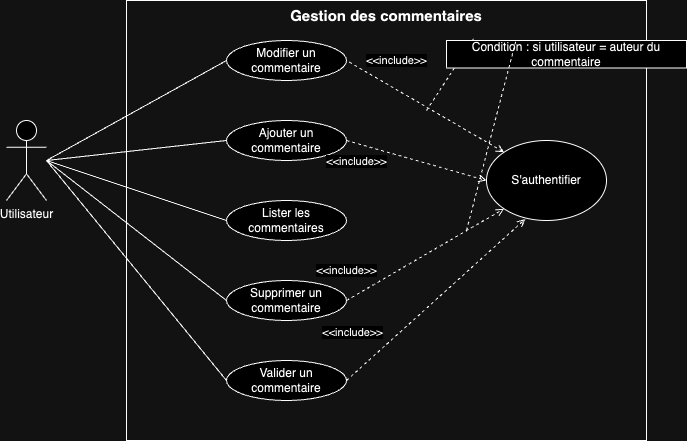
cactuseure/Openclassrooms_projet5 keeps this draw.io diagram as diagrammes/cas_d_utilisation_commentaires.png. Above is the earlier version. Source tidied: cells renumbered, new cells last; positions are measured from the earlier drawing's top-left corner, leaving out a move shared by most shapes.
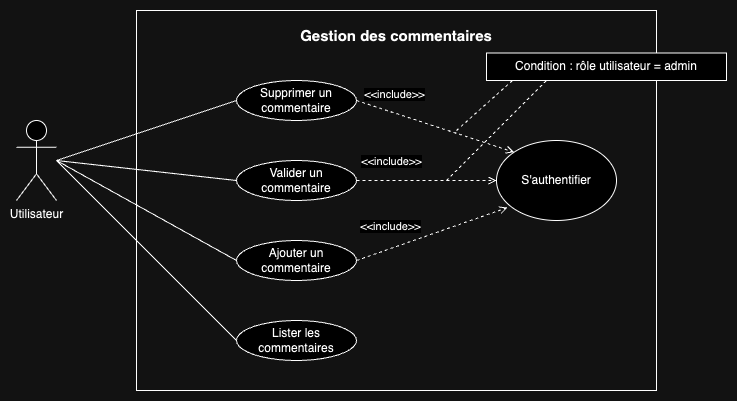
The same diagram one commit later.

The edit, as a diff of the source:
```diff
@@ -3,34 +3,26 @@
     <mxCell id="0" />
     <mxCell id="1" parent="0" />
     <mxCell id="2" style="rounded=0;whiteSpace=wrap;html=1;fillColor=none;" parent="1" vertex="1">
-      <mxGeometry x="120" width="520" height="440" as="geometry" />
+      <mxGeometry x="120" y="10" width="520" height="380" as="geometry" />
     </mxCell>
     <mxCell id="3" value="Utilisateur" style="shape=umlActor;verticalLabelPosition=bottom;verticalAlign=top;html=1;" parent="1" vertex="1">
       <mxGeometry y="120" width="40" height="80" as="geometry" />
     </mxCell>
-    <mxCell id="4" value="Modifier un commentaire" style="ellipse;whiteSpace=wrap;html=1;" parent="1" vertex="1">
-      <mxGeometry x="220" y="40" width="120" height="40" as="geometry" />
-    </mxCell>
     <mxCell id="5" value="Ajouter un commentaire" style="ellipse;whiteSpace=wrap;html=1;" parent="1" vertex="1">
-      <mxGeometry x="220" y="120" width="120" height="40" as="geometry" />
+      <mxGeometry x="220" y="240" width="120" height="40" as="geometry" />
     </mxCell>
     <mxCell id="6" value="Lister les commentaires" style="ellipse;whiteSpace=wrap;html=1;" parent="1" vertex="1">
-      <mxGeometry x="220" y="200" width="120" height="40" as="geometry" />
+      <mxGeometry x="220" y="320" width="120" height="40" as="geometry" />
     </mxCell>
     <mxCell id="7" value="Supprimer un commentaire" style="ellipse;whiteSpace=wrap;html=1;" parent="1" vertex="1">
-      <mxGeometry x="220" y="280" width="120" height="40" as="geometry" />
+      <mxGeometry x="220" y="80" width="120" height="40" as="geometry" />
     </mxCell>
     <mxCell id="8" value="&lt;b&gt;&lt;font style=&quot;font-size: 15px;&quot;&gt;Gestion des commentaires&lt;/font&gt;&lt;/b&gt;" style="text;html=1;strokeColor=none;fillColor=none;align=center;verticalAlign=middle;whiteSpace=wrap;rounded=0;" parent="1" vertex="1">
-      <mxGeometry x="120" width="520" height="30" as="geometry" />
+      <mxGeometry x="120" y="20" width="520" height="30" as="geometry" />
     </mxCell>
     <mxCell id="9" value="S'authentifier" style="ellipse;whiteSpace=wrap;html=1;" parent="1" vertex="1">
       <mxGeometry x="480" y="140" width="120" height="80" as="geometry" />
     </mxCell>
-    <mxCell id="10" style="endArrow=none;html=1;rounded=0;entryX=0;entryY=0.5;entryDx=0;entryDy=0;" parent="1" edge="1" target="4">
-      <mxGeometry relative="1" as="geometry">
-        <mxPoint x="40" y="160" as="sourcePoint" />
-      </mxGeometry>
-    </mxCell>
     <mxCell id="11" style="endArrow=none;html=1;rounded=0;entryX=0;entryY=0.5;entryDx=0;entryDy=0;" parent="1" edge="1" target="5">
       <mxGeometry relative="1" as="geometry">
         <mxPoint x="40" y="160" as="sourcePoint" />
@@ -46,58 +38,50 @@
         <mxPoint x="40" y="160" as="sourcePoint" />
       </mxGeometry>
     </mxCell>
-    <mxCell id="14" style="endArrow=none;dashed=1;html=1;rounded=0;entryX=1;entryY=0.5;entryDx=0;entryDy=0;exitX=0;exitY=0;exitDx=0;exitDy=0;endFill=0;startArrow=open;startFill=0;" parent="1" edge="1" source="9" target="4">
-      <mxGeometry relative="1" as="geometry" />
-    </mxCell>
-    <mxCell id="15" value="&amp;lt;&amp;lt;include&amp;gt;&amp;gt;" style="edgeLabel;html=1;align=center;verticalAlign=middle;" parent="14" vertex="1">
-      <mxGeometry x="0.5" y="3" relative="1" as="geometry">
-        <mxPoint x="12" y="-26" as="offset" />
-      </mxGeometry>
-    </mxCell>
-    <mxCell id="16" style="endArrow=none;dashed=1;html=1;rounded=0;entryX=0.113;entryY=-0.07;entryDx=0;entryDy=0;entryPerimeter=0;" parent="1" edge="1" target="17">
-      <mxGeometry relative="1" as="geometry">
-        <mxPoint x="420" y="110" as="sourcePoint" />
-      </mxGeometry>
-    </mxCell>
-    <mxCell id="17" value="Condition : si utilisateur = auteur du commentaire" style="html=1;whiteSpace=wrap;" parent="1" vertex="1">
-      <mxGeometry x="440" y="40" width="240" height="27.5" as="geometry" />
+    <mxCell id="17" value="Condition : rôle utilisateur = admin" style="html=1;whiteSpace=wrap;" parent="1" vertex="1">
+      <mxGeometry x="470" y="52.5" width="240" height="27.5" as="geometry" />
     </mxCell>
-    <mxCell id="18" style="endArrow=open;html=1;rounded=0;exitX=1;exitY=0.5;exitDx=0;exitDy=0;dashed=1;endFill=0;entryX=0;entryY=0.5;entryDx=0;entryDy=0;" parent="1" edge="1" source="5" target="9">
+    <mxCell id="18" style="endArrow=open;html=1;rounded=0;exitX=1;exitY=0.5;exitDx=0;exitDy=0;dashed=1;endFill=0;entryX=0.092;entryY=0.838;entryDx=0;entryDy=0;entryPerimeter=0;" parent="1" edge="1" source="5" target="9">
       <mxGeometry relative="1" as="geometry" />
     </mxCell>
     <mxCell id="19" value="&amp;lt;&amp;lt;include&amp;gt;&amp;gt;" style="edgeLabel;html=1;align=center;verticalAlign=middle;" parent="18" vertex="1">
       <mxGeometry x="-0.48" y="-1" relative="1" as="geometry">
-        <mxPoint x="-27" y="9" as="offset" />
+        <mxPoint x="-6" y="-22" as="offset" />
       </mxGeometry>
     </mxCell>
-    <mxCell id="20" style="endArrow=open;html=1;rounded=0;exitX=1;exitY=0.5;exitDx=0;exitDy=0;entryX=0;entryY=1;entryDx=0;entryDy=0;dashed=1;endFill=0;" parent="1" edge="1" source="7" target="9">
-      <mxGeometry relative="1" as="geometry" />
-    </mxCell>
-    <mxCell id="21" value="&amp;lt;&amp;lt;include&amp;gt;&amp;gt;" style="edgeLabel;html=1;align=center;verticalAlign=middle;" parent="20" vertex="1">
-      <mxGeometry x="-0.48" y="-1" relative="1" as="geometry">
-        <mxPoint x="-42" y="-7" as="offset" />
-      </mxGeometry>
-    </mxCell>
-    <mxCell id="22" style="endArrow=none;dashed=1;html=1;rounded=0;entryX=0.291;entryY=-0.049;entryDx=0;entryDy=0;entryPerimeter=0;" parent="1" edge="1" target="17">
+    <mxCell id="22" style="endArrow=none;dashed=1;html=1;rounded=0;entryX=0.25;entryY=1;entryDx=0;entryDy=0;" parent="1" edge="1" target="17">
       <mxGeometry relative="1" as="geometry">
-        <mxPoint x="460" y="230" as="sourcePoint" />
+        <mxPoint x="430" y="180" as="sourcePoint" />
       </mxGeometry>
     </mxCell>
     <mxCell id="23" value="Valider un commentaire" style="ellipse;whiteSpace=wrap;html=1;" parent="1" vertex="1">
-      <mxGeometry x="220" y="360" width="120" height="40" as="geometry" />
+      <mxGeometry x="220" y="160" width="120" height="40" as="geometry" />
     </mxCell>
     <mxCell id="24" style="endArrow=none;html=1;rounded=0;entryX=0;entryY=0.5;entryDx=0;entryDy=0;" parent="1" edge="1" target="23">
       <mxGeometry relative="1" as="geometry">
         <mxPoint x="40" y="160" as="sourcePoint" />
       </mxGeometry>
     </mxCell>
-    <mxCell id="25" style="endArrow=open;html=1;rounded=0;exitX=1;exitY=0.5;exitDx=0;exitDy=0;entryX=0.323;entryY=0.982;entryDx=0;entryDy=0;dashed=1;endFill=0;entryPerimeter=0;" parent="1" edge="1" source="23" target="9">
+    <mxCell id="25" style="endArrow=open;html=1;rounded=0;exitX=1;exitY=0.5;exitDx=0;exitDy=0;entryX=0;entryY=0.5;entryDx=0;entryDy=0;dashed=1;endFill=0;" parent="1" edge="1" source="23" target="9">
       <mxGeometry relative="1" as="geometry" />
     </mxCell>
     <mxCell id="26" value="&amp;lt;&amp;lt;include&amp;gt;&amp;gt;" style="edgeLabel;html=1;align=center;verticalAlign=middle;" parent="25" vertex="1">
       <mxGeometry x="-0.48" y="-1" relative="1" as="geometry">
-        <mxPoint x="-42" y="-7" as="offset" />
+        <mxPoint x="-3" y="-21" as="offset" />
       </mxGeometry>
     </mxCell>
+    <mxCell id="27" style="endArrow=none;dashed=1;html=1;rounded=0;entryX=0.113;entryY=0.964;entryDx=0;entryDy=0;entryPerimeter=0;" parent="1" edge="1" target="17">
+      <mxGeometry relative="1" as="geometry">
+        <mxPoint x="440" y="130" as="sourcePoint" />
+      </mxGeometry>
+    </mxCell>
+    <mxCell id="20" style="endArrow=open;html=1;rounded=0;exitX=1;exitY=0.5;exitDx=0;exitDy=0;entryX=0;entryY=0;entryDx=0;entryDy=0;dashed=1;endFill=0;" parent="1" edge="1" source="7" target="9">
+      <mxGeometry relative="1" as="geometry" />
+    </mxCell>
+    <mxCell id="28" value="&amp;lt;&amp;lt;include&amp;gt;&amp;gt;" style="edgeLabel;html=1;align=center;verticalAlign=middle;" parent="20" vertex="1">
+      <mxGeometry x="-0.48" y="-1" relative="1" as="geometry">
+        <mxPoint x="-3" y="-21" as="offset" />
+      </mxGeometry>
+    </mxCell>
   </root>
 </mxGraphModel>
```
